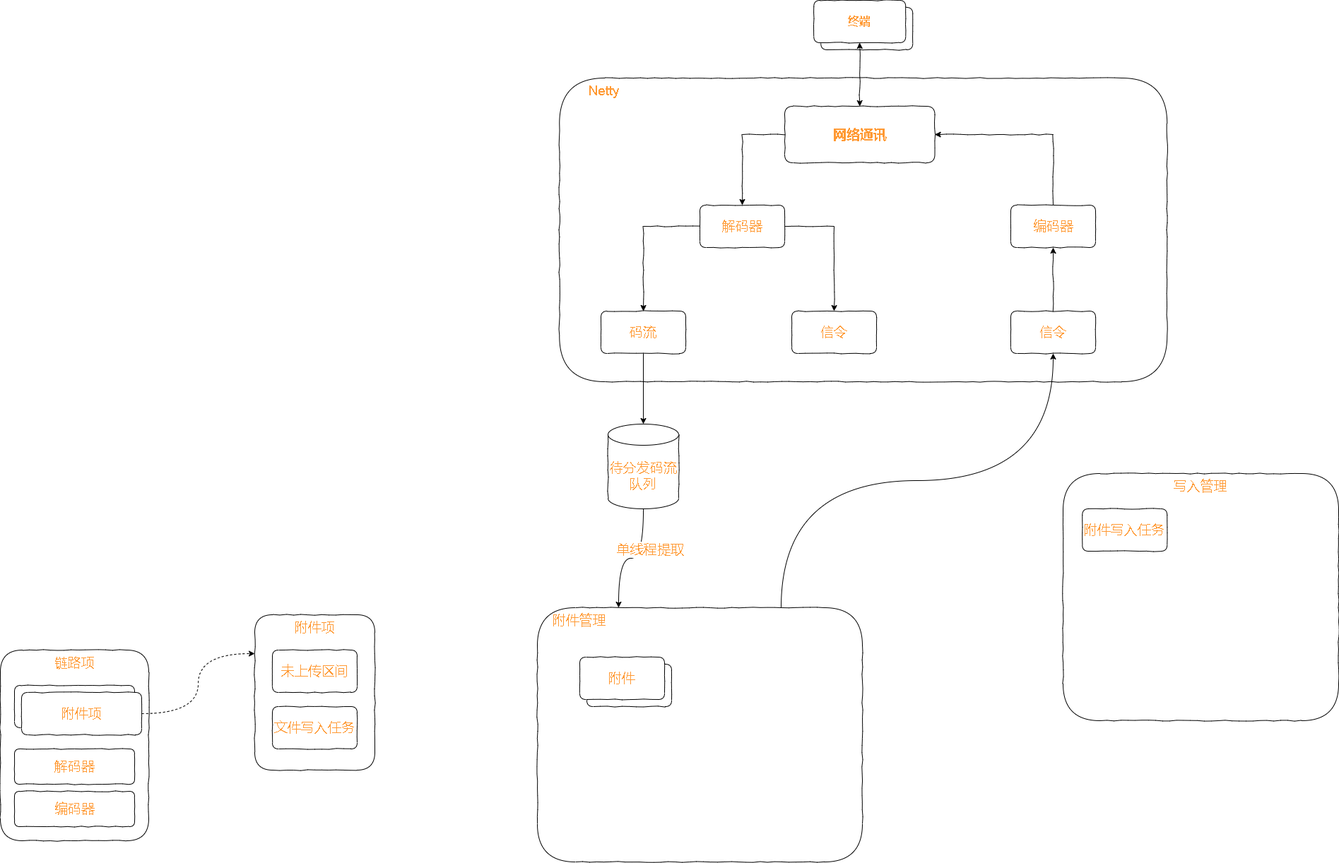
Above: test.drawio.png in xktder/draw (draw.io), before the change. Source tidied: cells renumbered, new cells last; positions are measured from the earlier drawing's top-left corner, leaving out a move shared by most shapes.
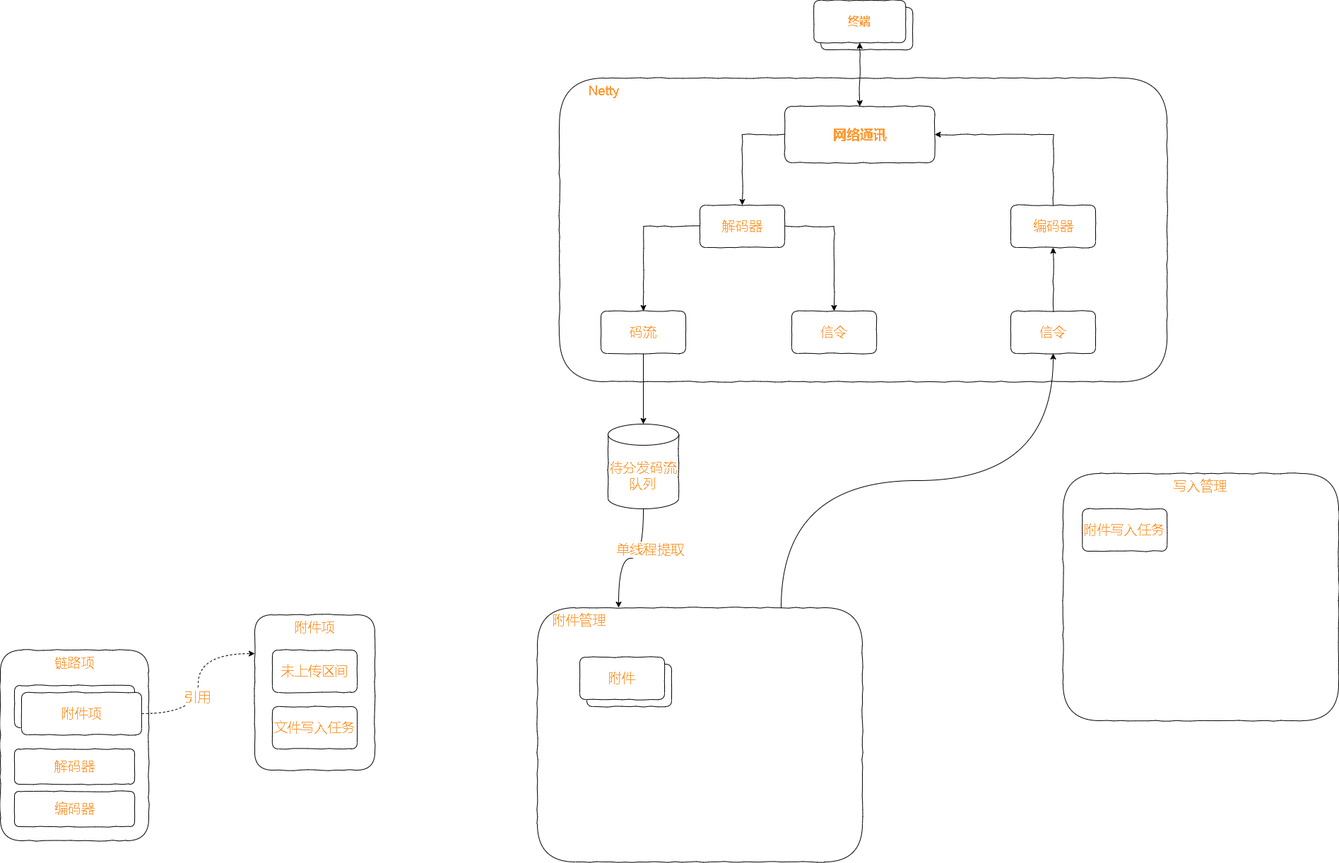
The same file after the commit.

The edit, as a diff of the source:
```diff
@@ -119,5 +119,8 @@
     <mxCell id="40" style="edgeStyle=orthogonalEdgeStyle;curved=1;rounded=0;comic=0;jettySize=auto;html=1;exitX=1;exitY=0.5;exitDx=0;exitDy=0;entryX=0;entryY=0.25;entryDx=0;entryDy=0;fontSize=19;fontColor=#FF9933;startArrow=none;startFill=0;endArrow=classic;endFill=1;dashed=1;" parent="1" edge="1" source="37" target="30">
       <mxGeometry relative="1" as="geometry" />
     </mxCell>
+    <mxCell id="41" value="引用" style="edgeLabel;html=1;align=center;verticalAlign=middle;fontSize=19;fontColor=#FF9933;" parent="40" vertex="1">
+      <mxGeometry x="-0.16" y="2" relative="1" as="geometry" />
+    </mxCell>
   </root>
 </mxGraphModel>
```
